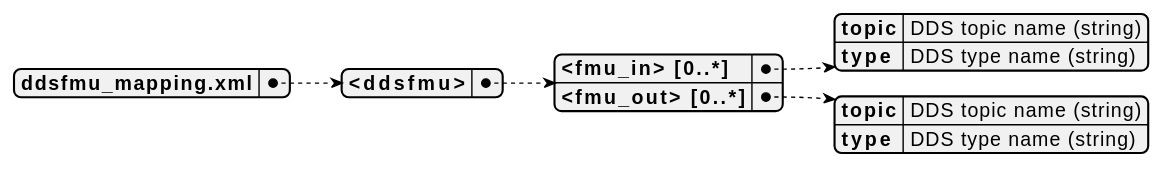
The PlantUML diagram docs/pdf/images/ddsfmu-mapping.svg in dnv-opensource/dds-fmu, before a commit. The source it was exported from:
```plantuml
@startyaml
  ddsfmu_mapping.xml:
     <ddsfmu>:
       <fmu_in> [0..*]:
         topic: "DDS topic name (string)"
         type: "DDS type name (string)"
       <fmu_out> [0..*]:
         topic: "DDS topic name (string)"
         type: "DDS type name (string)"
@endyaml
```
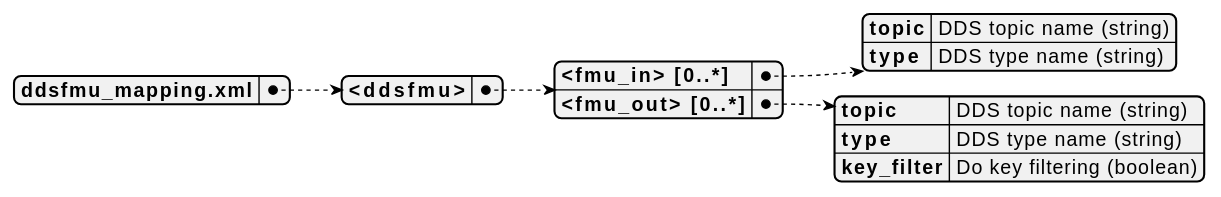
After the change.

What changed in the source:
```diff
@@ -7,4 +7,5 @@
        <fmu_out> [0..*]:
          topic: "DDS topic name (string)"
          type: "DDS type name (string)"
+         key_filter: "Do key filtering (boolean)"
 @endyaml
```
